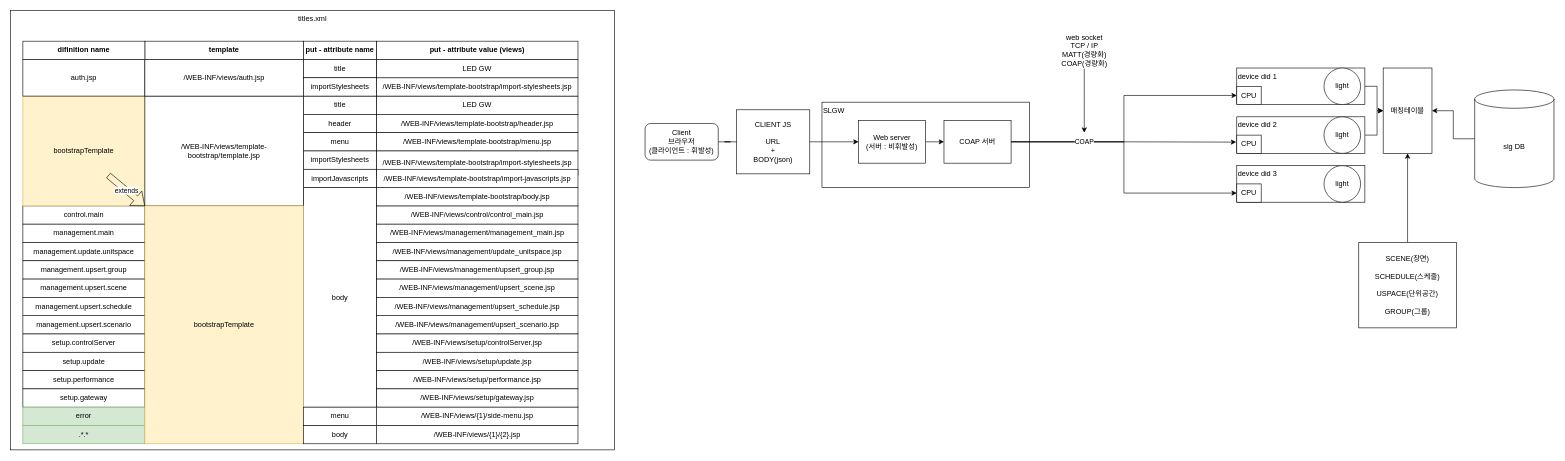
HiImYong/diagrams keeps this draw.io diagram as ETRI_smart_sensor.drawio. Above is the earlier version. Source tidied: cells renumbered, new cells numbered last; positions are measured from the earlier drawing's top-left corner, leaving out a move shared by most shapes. Both pictures are drawn from the tidied source at 61%, with x=0, y=0 at pixel (10, 10).
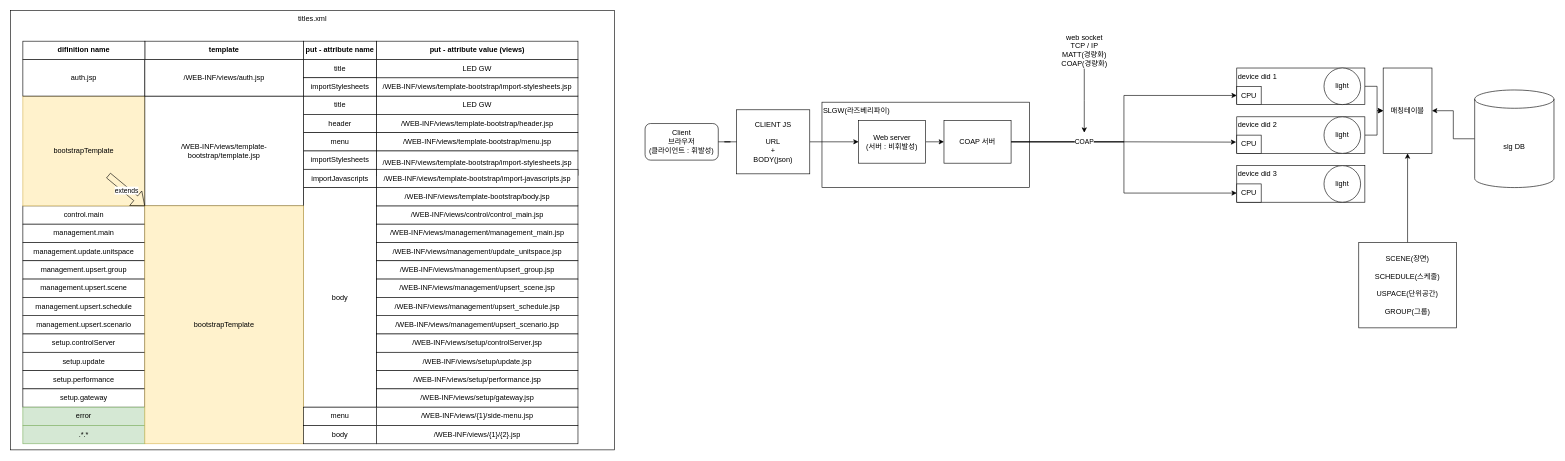
The same page after the edit.

The edit, as a diff of the source:
```diff
@@
-    <mxCell id="2" value="SLGW" style="rounded=0;whiteSpace=wrap;html=1;verticalAlign=top;align=left;" parent="1" vertex="1">
+    <mxCell id="2" value="SLGW(라즈베리파이)" style="rounded=0;whiteSpace=wrap;html=1;verticalAlign=top;align=left;" parent="1" vertex="1">
       <mxGeometry x="1330" y="150" width="340" height="140" as="geometry" />
     </mxCell>
```
